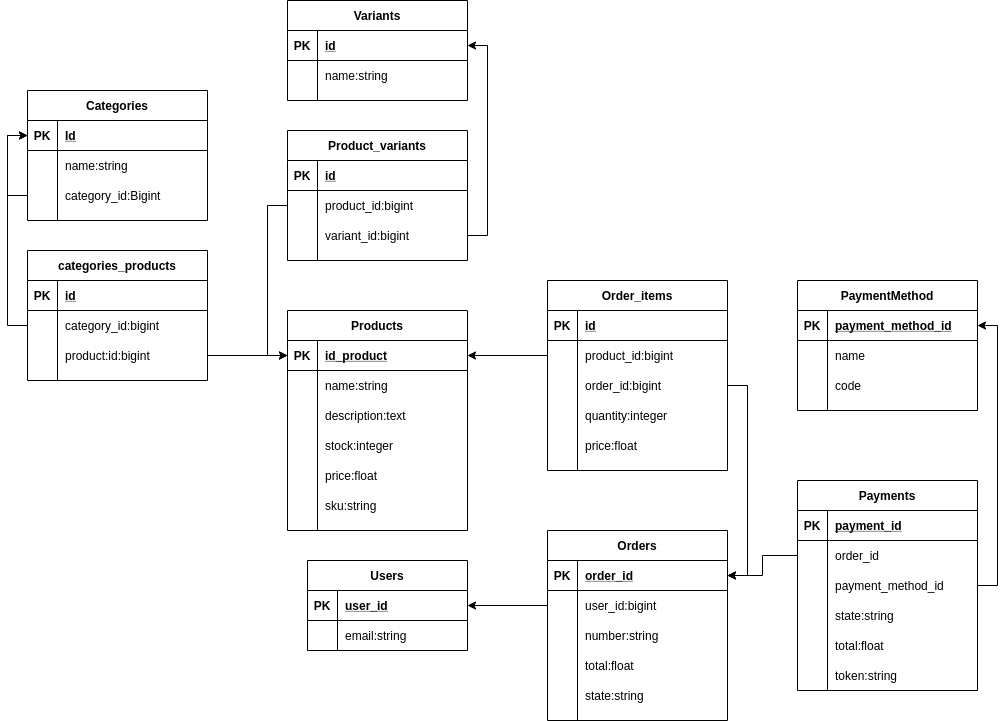
Above: app/assets/images/BBDD_diagram.png in GNoseda/Ecommerce (draw.io), before the change. Source tidied: cells renumbered, new cells last; positions are measured from the earlier drawing's top-left corner, leaving out a move shared by most shapes.
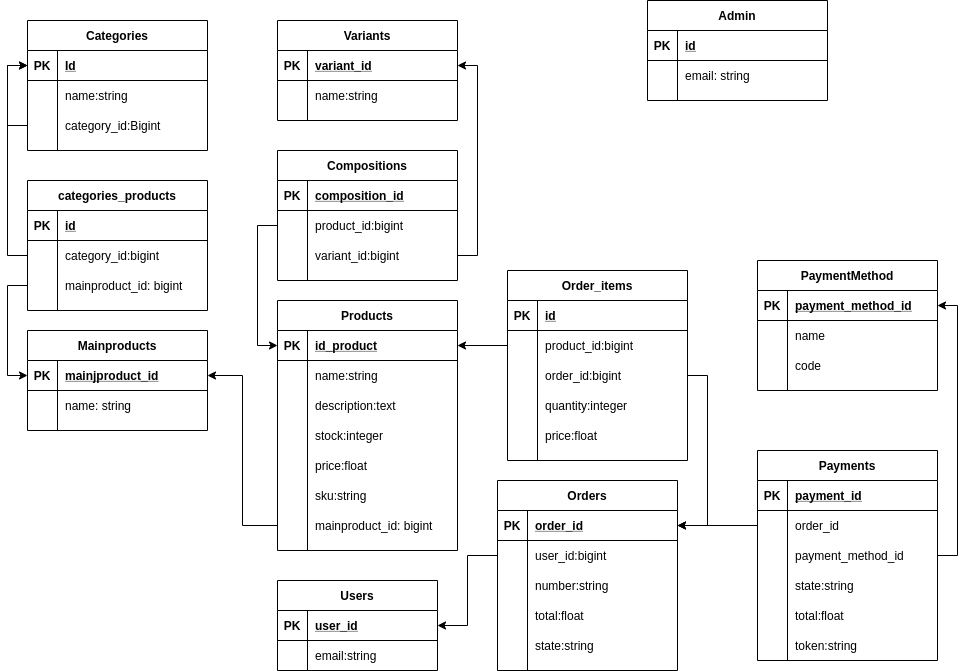
After the change.

The edit, as a diff of the source:
```diff
@@ -3,7 +3,7 @@
     <mxCell id="0" />
     <mxCell id="1" parent="0" />
     <mxCell id="2" value="Categories" style="shape=table;startSize=30;rowLines=0;fontStyle=1;align=center;" parent="1" vertex="1">
-      <mxGeometry y="90" width="180" height="130" as="geometry" />
+      <mxGeometry y="20" width="180" height="130" as="geometry" />
     </mxCell>
     <mxCell id="3" style="shape=partialRectangle;fillColor=none;top=0;left=0;bottom=1;right=0;points=[[0,0.5],[1,0.5]];portConstraint=eastwest;" parent="2" vertex="1">
       <mxGeometry y="30" width="180" height="30" as="geometry" />
@@ -36,7 +36,7 @@
       <mxGeometry x="30" width="150" height="30" as="geometry" />
     </mxCell>
     <mxCell id="13" value="Products" style="shape=table;startSize=30;rowLines=0;fontStyle=1;align=center;" parent="1" vertex="1">
-      <mxGeometry x="260" y="310" width="180" height="220" as="geometry" />
+      <mxGeometry x="250" y="300" width="180" height="250" as="geometry" />
     </mxCell>
     <mxCell id="14" style="shape=partialRectangle;fillColor=none;top=0;left=0;bottom=1;right=0;points=[[0,0.5],[1,0.5]];portConstraint=eastwest;" parent="13" vertex="1">
       <mxGeometry y="30" width="180" height="30" as="geometry" />
@@ -83,20 +83,29 @@
     <mxCell id="28" value="price:float" style="shape=partialRectangle;fillColor=none;top=0;left=0;bottom=0;right=0;align=left;spacingLeft=6;overflow=hidden;" parent="26" vertex="1">
       <mxGeometry x="30" width="150" height="30" as="geometry" />
     </mxCell>
+    <mxCell id="136" style="shape=partialRectangle;fillColor=none;top=0;left=0;bottom=0;right=0;" parent="13" vertex="1">
+      <mxGeometry y="180" width="180" height="30" as="geometry" />
+    </mxCell>
+    <mxCell id="137" style="shape=partialRectangle;fillColor=none;top=0;left=0;bottom=0;right=0;overflow=hidden;" parent="136" vertex="1">
+      <mxGeometry width="30" height="30" as="geometry" />
+    </mxCell>
+    <mxCell id="138" value="sku:string" style="shape=partialRectangle;fillColor=none;top=0;left=0;bottom=0;right=0;align=left;spacingLeft=6;overflow=hidden;" parent="136" vertex="1">
+      <mxGeometry x="30" width="150" height="30" as="geometry" />
+    </mxCell>
     <mxCell id="29" style="shape=partialRectangle;fillColor=none;top=0;left=0;bottom=0;right=0;points=[[0,0.5],[1,0.5]];portConstraint=eastwest;" parent="13" vertex="1">
-      <mxGeometry y="180" width="180" height="30" as="geometry" />
+      <mxGeometry y="210" width="180" height="30" as="geometry" />
     </mxCell>
     <mxCell id="30" style="shape=partialRectangle;fillColor=none;top=0;left=0;bottom=0;right=0;overflow=hidden;" parent="29" vertex="1">
       <mxGeometry width="30" height="30" as="geometry" />
     </mxCell>
-    <mxCell id="31" value="sku:string" style="shape=partialRectangle;fillColor=none;top=0;left=0;bottom=0;right=0;align=left;spacingLeft=6;overflow=hidden;" parent="29" vertex="1">
+    <mxCell id="31" value="mainproduct_id: bigint" style="shape=partialRectangle;fillColor=none;top=0;left=0;bottom=0;right=0;align=left;spacingLeft=6;overflow=hidden;" parent="29" vertex="1">
       <mxGeometry x="30" width="150" height="30" as="geometry" />
     </mxCell>
     <mxCell id="32" style="edgeStyle=orthogonalEdgeStyle;rounded=0;jettySize=auto;html=1;entryX=0;entryY=0.5;entryDx=0;entryDy=0;exitX=0;exitY=0.5;exitDx=0;exitDy=0;" parent="1" edge="1" source="37" target="3">
       <mxGeometry relative="1" as="geometry" />
     </mxCell>
     <mxCell id="33" value="categories_products" style="shape=table;startSize=30;rowLines=0;fontStyle=1;align=center;" parent="1" vertex="1">
-      <mxGeometry y="250" width="180" height="130" as="geometry" />
+      <mxGeometry y="180" width="180" height="130" as="geometry" />
     </mxCell>
     <mxCell id="34" style="shape=partialRectangle;fillColor=none;top=0;left=0;bottom=1;right=0;" parent="33" vertex="1">
       <mxGeometry y="30" width="180" height="30" as="geometry" />
@@ -122,11 +131,11 @@
     <mxCell id="41" style="shape=partialRectangle;fillColor=none;top=0;left=0;bottom=0;right=0;overflow=hidden;" parent="40" vertex="1">
       <mxGeometry width="30" height="30" as="geometry" />
     </mxCell>
-    <mxCell id="42" value="product:id:bigint" style="shape=partialRectangle;fillColor=none;top=0;left=0;bottom=0;right=0;align=left;spacingLeft=6;overflow=hidden;" parent="40" vertex="1">
+    <mxCell id="42" value="mainproduct_id: bigint" style="shape=partialRectangle;fillColor=none;top=0;left=0;bottom=0;right=0;align=left;spacingLeft=6;overflow=hidden;" parent="40" vertex="1">
       <mxGeometry x="30" width="150" height="30" as="geometry" />
     </mxCell>
-    <mxCell id="43" value="Product_variants" style="shape=table;startSize=30;rowLines=0;fontStyle=1;align=center;" parent="1" vertex="1">
-      <mxGeometry x="260" y="130" width="180" height="130" as="geometry" />
+    <mxCell id="43" value="Compositions" style="shape=table;startSize=30;rowLines=0;fontStyle=1;align=center;" parent="1" vertex="1">
+      <mxGeometry x="250" y="150" width="180" height="130" as="geometry" />
     </mxCell>
     <mxCell id="44" style="shape=partialRectangle;fillColor=none;top=0;left=0;bottom=1;right=0;" parent="43" vertex="1">
       <mxGeometry y="30" width="180" height="30" as="geometry" />
@@ -134,7 +143,7 @@
     <mxCell id="45" value="PK" style="shape=partialRectangle;fillColor=none;top=0;left=0;bottom=0;right=0;fontStyle=1;overflow=hidden;" parent="44" vertex="1">
       <mxGeometry width="30" height="30" as="geometry" />
     </mxCell>
-    <mxCell id="46" value="id" style="shape=partialRectangle;fillColor=none;top=0;left=0;bottom=0;right=0;align=left;spacingLeft=6;fontStyle=5;overflow=hidden;" parent="44" vertex="1">
+    <mxCell id="46" value="composition_id" style="shape=partialRectangle;fillColor=none;top=0;left=0;bottom=0;right=0;align=left;spacingLeft=6;fontStyle=5;overflow=hidden;" parent="44" vertex="1">
       <mxGeometry x="30" width="150" height="30" as="geometry" />
     </mxCell>
     <mxCell id="47" style="shape=partialRectangle;fillColor=none;top=0;left=0;bottom=0;right=0;points=[[0,0.5],[1,0.5]];portConstraint=eastwest;" parent="43" vertex="1">
@@ -155,14 +164,11 @@
     <mxCell id="52" value="variant_id:bigint" style="shape=partialRectangle;fillColor=none;top=0;left=0;bottom=0;right=0;align=left;spacingLeft=6;overflow=hidden;" parent="50" vertex="1">
       <mxGeometry x="30" width="150" height="30" as="geometry" />
     </mxCell>
-    <mxCell id="53" style="edgeStyle=orthogonalEdgeStyle;rounded=0;jettySize=auto;html=1;exitX=1;exitY=0.5;exitDx=0;exitDy=0;entryX=0;entryY=0.5;entryDx=0;entryDy=0;" parent="1" edge="1" source="40" target="14">
-      <mxGeometry relative="1" as="geometry" />
-    </mxCell>
     <mxCell id="54" style="edgeStyle=orthogonalEdgeStyle;rounded=0;jettySize=auto;html=1;exitX=0;exitY=0.5;exitDx=0;exitDy=0;entryX=0;entryY=0.5;entryDx=0;entryDy=0;" parent="1" edge="1" source="47" target="14">
       <mxGeometry relative="1" as="geometry" />
     </mxCell>
     <mxCell id="55" value="Variants" style="shape=table;startSize=30;rowLines=0;fontStyle=1;align=center;" parent="1" vertex="1">
-      <mxGeometry x="260" width="180" height="100" as="geometry" />
+      <mxGeometry x="250" y="20" width="180" height="100" as="geometry" />
     </mxCell>
     <mxCell id="56" style="shape=partialRectangle;fillColor=none;top=0;left=0;bottom=1;right=0;points=[[0,0.5],[1,0.5]];portConstraint=eastwest;" parent="55" vertex="1">
       <mxGeometry y="30" width="180" height="30" as="geometry" />
@@ -170,7 +176,7 @@
     <mxCell id="57" value="PK" style="shape=partialRectangle;fillColor=none;top=0;left=0;bottom=0;right=0;fontStyle=1;overflow=hidden;" parent="56" vertex="1">
       <mxGeometry width="30" height="30" as="geometry" />
     </mxCell>
-    <mxCell id="58" value="id" style="shape=partialRectangle;fillColor=none;top=0;left=0;bottom=0;right=0;align=left;spacingLeft=6;fontStyle=5;overflow=hidden;" parent="56" vertex="1">
+    <mxCell id="58" value="variant_id" style="shape=partialRectangle;fillColor=none;top=0;left=0;bottom=0;right=0;align=left;spacingLeft=6;fontStyle=5;overflow=hidden;" parent="56" vertex="1">
       <mxGeometry x="30" width="150" height="30" as="geometry" />
     </mxCell>
     <mxCell id="59" style="shape=partialRectangle;fillColor=none;top=0;left=0;bottom=0;right=0;" parent="55" vertex="1">
@@ -186,7 +192,7 @@
       <mxGeometry relative="1" as="geometry" />
     </mxCell>
     <mxCell id="63" value="Order_items" style="shape=table;startSize=30;rowLines=0;fontStyle=1;align=center;" parent="1" vertex="1">
-      <mxGeometry x="520" y="280" width="180" height="190" as="geometry" />
+      <mxGeometry x="480" y="270" width="180" height="190" as="geometry" />
     </mxCell>
     <mxCell id="64" style="shape=partialRectangle;fillColor=none;top=0;left=0;bottom=1;right=0;" parent="63" vertex="1">
       <mxGeometry y="30" width="180" height="30" as="geometry" />
@@ -237,7 +243,7 @@
       <mxGeometry relative="1" as="geometry" />
     </mxCell>
     <mxCell id="80" value="Orders" style="shape=table;startSize=30;rowLines=0;fontStyle=1;align=center;" parent="1" vertex="1">
-      <mxGeometry x="520" y="530" width="180" height="190" as="geometry" />
+      <mxGeometry x="470" y="480" width="180" height="190" as="geometry" />
     </mxCell>
     <mxCell id="81" style="shape=partialRectangle;fillColor=none;top=0;left=0;bottom=1;right=0;points=[[0,0.5],[1,0.5]];portConstraint=eastwest;" parent="80" vertex="1">
       <mxGeometry y="30" width="180" height="30" as="geometry" />
@@ -288,7 +294,7 @@
       <mxGeometry relative="1" as="geometry" />
     </mxCell>
     <mxCell id="97" value="Users" style="shape=table;startSize=30;rowLines=0;fontStyle=1;align=center;" parent="1" vertex="1">
-      <mxGeometry x="280" y="560" width="160" height="90" as="geometry" />
+      <mxGeometry x="250" y="580" width="160" height="90" as="geometry" />
     </mxCell>
     <mxCell id="98" style="shape=partialRectangle;fillColor=none;top=0;left=0;bottom=1;right=0;points=[[0,0.5],[1,0.5]];portConstraint=eastwest;" parent="97" vertex="1">
       <mxGeometry y="30" width="160" height="30" as="geometry" />
@@ -309,7 +315,7 @@
       <mxGeometry x="30" width="130" height="30" as="geometry" />
     </mxCell>
     <mxCell id="104" value="Payments" style="shape=table;startSize=30;rowLines=0;fontStyle=1;align=center;" parent="1" vertex="1">
-      <mxGeometry x="770" y="480" width="180" height="210" as="geometry" />
+      <mxGeometry x="730" y="450" width="180" height="210" as="geometry" />
     </mxCell>
     <mxCell id="105" style="shape=partialRectangle;fillColor=none;top=0;left=0;bottom=1;right=0;" parent="104" vertex="1">
       <mxGeometry y="30" width="180" height="30" as="geometry" />
@@ -366,7 +372,7 @@
       <mxGeometry x="30" width="150" height="30" as="geometry" />
     </mxCell>
     <mxCell id="123" value="PaymentMethod" style="shape=table;startSize=30;rowLines=0;fontStyle=1;align=center;" parent="1" vertex="1">
-      <mxGeometry x="770" y="280" width="180" height="130" as="geometry" />
+      <mxGeometry x="730" y="260" width="180" height="130" as="geometry" />
     </mxCell>
     <mxCell id="124" style="shape=partialRectangle;fillColor=none;top=0;left=0;bottom=1;right=0;points=[[0,0.5],[1,0.5]];portConstraint=eastwest;" parent="123" vertex="1">
       <mxGeometry y="30" width="180" height="30" as="geometry" />
@@ -404,5 +410,53 @@
     <mxCell id="135" style="edgeStyle=orthogonalEdgeStyle;rounded=0;jettySize=auto;html=1;" parent="1" edge="1" source="84" target="98">
       <mxGeometry relative="1" as="geometry" />
     </mxCell>
+    <mxCell id="139" value="Mainproducts" style="shape=table;startSize=30;rowLines=0;fontStyle=1;align=center;" parent="1" vertex="1">
+      <mxGeometry y="330" width="180" height="100" as="geometry" />
+    </mxCell>
+    <mxCell id="140" style="shape=partialRectangle;fillColor=none;top=0;left=0;bottom=1;right=0;points=[[0,0.5],[1,0.5]];portConstraint=eastwest;" parent="139" vertex="1">
+      <mxGeometry y="30" width="180" height="30" as="geometry" />
+    </mxCell>
+    <mxCell id="141" value="PK" style="shape=partialRectangle;fillColor=none;top=0;left=0;bottom=0;right=0;fontStyle=1;overflow=hidden;" parent="140" vertex="1">
+      <mxGeometry width="30" height="30" as="geometry" />
+    </mxCell>
+    <mxCell id="142" value="mainjproduct_id" style="shape=partialRectangle;fillColor=none;top=0;left=0;bottom=0;right=0;align=left;spacingLeft=6;fontStyle=5;overflow=hidden;" parent="140" vertex="1">
+      <mxGeometry x="30" width="150" height="30" as="geometry" />
+    </mxCell>
+    <mxCell id="143" style="shape=partialRectangle;fillColor=none;top=0;left=0;bottom=0;right=0;" parent="139" vertex="1">
+      <mxGeometry y="60" width="180" height="30" as="geometry" />
+    </mxCell>
+    <mxCell id="144" style="shape=partialRectangle;fillColor=none;top=0;left=0;bottom=0;right=0;overflow=hidden;" parent="143" vertex="1">
+      <mxGeometry width="30" height="30" as="geometry" />
+    </mxCell>
+    <mxCell id="145" value="name: string" style="shape=partialRectangle;fillColor=none;top=0;left=0;bottom=0;right=0;align=left;spacingLeft=6;overflow=hidden;" parent="143" vertex="1">
+      <mxGeometry x="30" width="150" height="30" as="geometry" />
+    </mxCell>
+    <mxCell id="146" style="edgeStyle=orthogonalEdgeStyle;rounded=0;jettySize=auto;html=1;entryX=0;entryY=0.5;entryDx=0;entryDy=0;" parent="1" edge="1" source="40" target="140">
+      <mxGeometry relative="1" as="geometry" />
+    </mxCell>
+    <mxCell id="147" style="edgeStyle=orthogonalEdgeStyle;rounded=0;jettySize=auto;html=1;exitX=0;exitY=0.5;exitDx=0;exitDy=0;entryX=1;entryY=0.5;entryDx=0;entryDy=0;" parent="1" edge="1" source="29" target="140">
+      <mxGeometry relative="1" as="geometry" />
+    </mxCell>
+    <mxCell id="148" value="Admin" style="shape=table;startSize=30;rowLines=0;fontStyle=1;align=center;" parent="1" vertex="1">
+      <mxGeometry x="620" width="180" height="100" as="geometry" />
+    </mxCell>
+    <mxCell id="149" style="shape=partialRectangle;fillColor=none;top=0;left=0;bottom=1;right=0;" parent="148" vertex="1">
+      <mxGeometry y="30" width="180" height="30" as="geometry" />
+    </mxCell>
+    <mxCell id="150" value="PK" style="shape=partialRectangle;fillColor=none;top=0;left=0;bottom=0;right=0;fontStyle=1;overflow=hidden;" parent="149" vertex="1">
+      <mxGeometry width="30" height="30" as="geometry" />
+    </mxCell>
+    <mxCell id="151" value="id" style="shape=partialRectangle;fillColor=none;top=0;left=0;bottom=0;right=0;align=left;spacingLeft=6;fontStyle=5;overflow=hidden;" parent="149" vertex="1">
+      <mxGeometry x="30" width="150" height="30" as="geometry" />
+    </mxCell>
+    <mxCell id="152" style="shape=partialRectangle;fillColor=none;top=0;left=0;bottom=0;right=0;" parent="148" vertex="1">
+      <mxGeometry y="60" width="180" height="30" as="geometry" />
+    </mxCell>
+    <mxCell id="153" style="shape=partialRectangle;fillColor=none;top=0;left=0;bottom=0;right=0;overflow=hidden;" parent="152" vertex="1">
+      <mxGeometry width="30" height="30" as="geometry" />
+    </mxCell>
+    <mxCell id="154" value="email: string" style="shape=partialRectangle;fillColor=none;top=0;left=0;bottom=0;right=0;align=left;spacingLeft=6;overflow=hidden;" parent="152" vertex="1">
+      <mxGeometry x="30" width="150" height="30" as="geometry" />
+    </mxCell>
   </root>
 </mxGraphModel>
```
